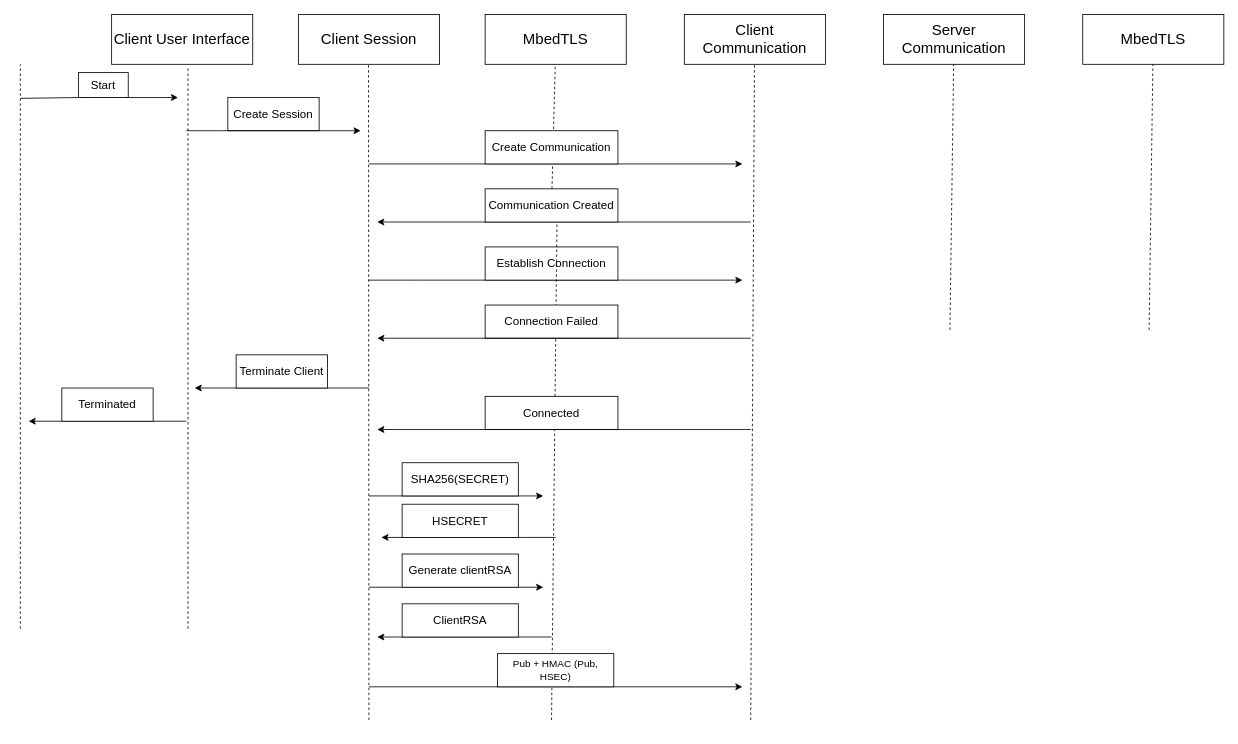
This is docs/sequence_diagram.drawio from Danielkarlsson91/Examination-project, a draw.io file, before an edit. Source tidied: cells renumbered, new cells numbered last; positions are measured from the earlier drawing's top-left corner, leaving out a move shared by most shapes. Both pictures are drawn from the tidied source at 83%, with x=0, y=0 at pixel (20, 14).
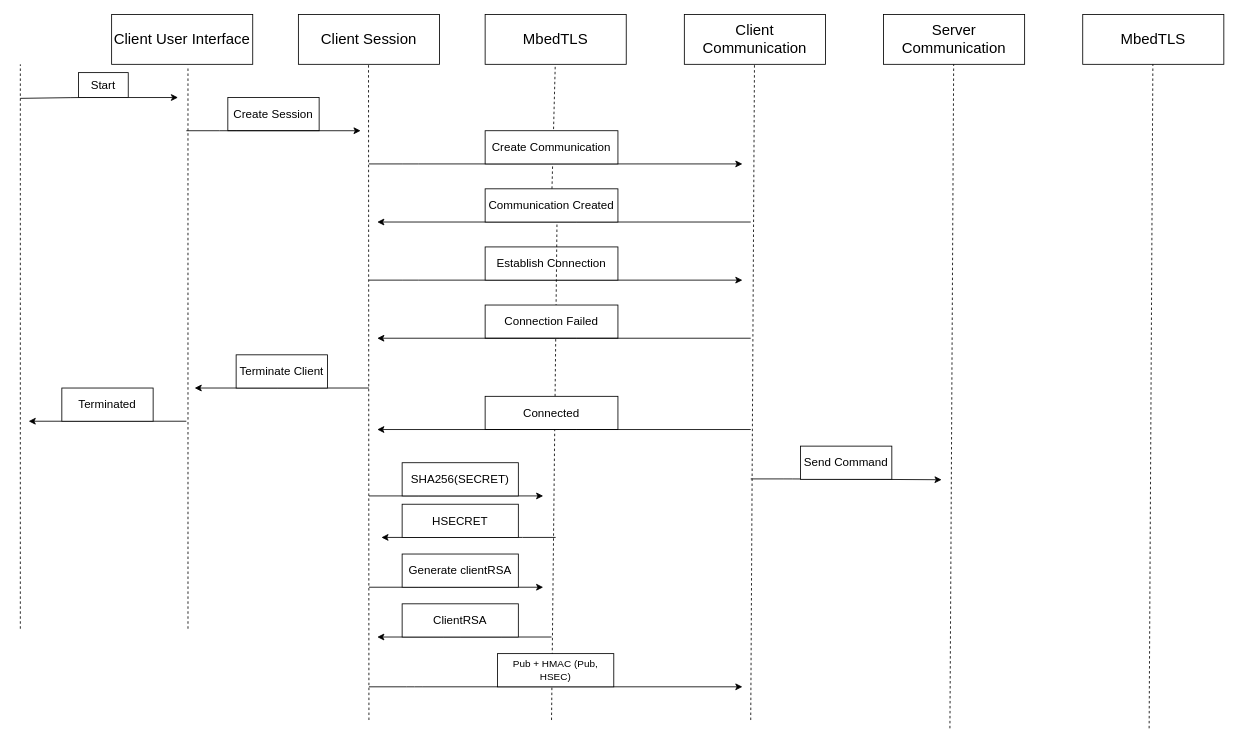
The same page after the edit.

Change to the diagram source:
```diff
@@
-    <mxCell id="15" style="endArrow=none;dashed=1;html=1;rounded=1;fontSize=14;targetPerimeterSpacing=0;entryX=0.541;entryY=1.033;entryDx=0;entryDy=0;entryPerimeter=0;" parent="1" edge="1">
+    <mxCell id="15" style="endArrow=none;dashed=1;html=1;rounded=1;fontSize=14;targetPerimeterSpacing=0;entryX=0.541;entryY=1.033;entryDx=0;entryDy=0;entryPerimeter=0;startArrow=none;" parent="1" edge="1">
       <mxGeometry relative="1" as="geometry">
         <mxPoint x="880" y="850" as="sourcePoint" />
         <mxPoint x="884.5" y="60" as="targetPoint" />
       </mxGeometry>
     </mxCell>
     <mxCell id="16" style="endArrow=none;dashed=1;html=1;rounded=1;fontSize=14;targetPerimeterSpacing=0;entryX=0.541;entryY=1.033;entryDx=0;entryDy=0;entryPerimeter=0;" parent="1" edge="1">
       <mxGeometry relative="1" as="geometry">
-        <mxPoint x="1120" y="380" as="sourcePoint" />
+        <mxPoint x="1120" y="860" as="sourcePoint" />
         <mxPoint x="1124.5" y="60" as="targetPoint" />
       </mxGeometry>
     </mxCell>
     <mxCell id="17" style="endArrow=none;dashed=1;html=1;rounded=1;fontSize=14;targetPerimeterSpacing=0;entryX=0.541;entryY=1.033;entryDx=0;entryDy=0;entryPerimeter=0;" parent="1" edge="1">
       <mxGeometry relative="1" as="geometry">
-        <mxPoint x="1360" y="380" as="sourcePoint" />
+        <mxPoint x="1360" y="860" as="sourcePoint" />
         <mxPoint x="1364.5" y="60" as="targetPoint" />
       </mxGeometry>
     </mxCell>
@@
+    <mxCell id="44" style="edgeStyle=none;html=1;exitX=1;exitY=0.5;exitDx=0;exitDy=0;fontSize=14;" parent="1" edge="1">
+      <mxGeometry relative="1" as="geometry">
+        <mxPoint x="880" y="559.5" as="sourcePoint" />
+        <mxPoint x="1110" y="560.5" as="targetPoint" />
+        <Array as="points">
+          <mxPoint x="930" y="559.5" />
+        </Array>
+      </mxGeometry>
+    </mxCell>
+    <mxCell id="45" value="&lt;font style=&quot;font-size: 14px;&quot;&gt;Send Command&lt;/font&gt;" style="whiteSpace=wrap;html=1;" parent="1" vertex="1">
+      <mxGeometry x="940" y="520" width="110" height="40" as="geometry" />
+    </mxCell>
```
